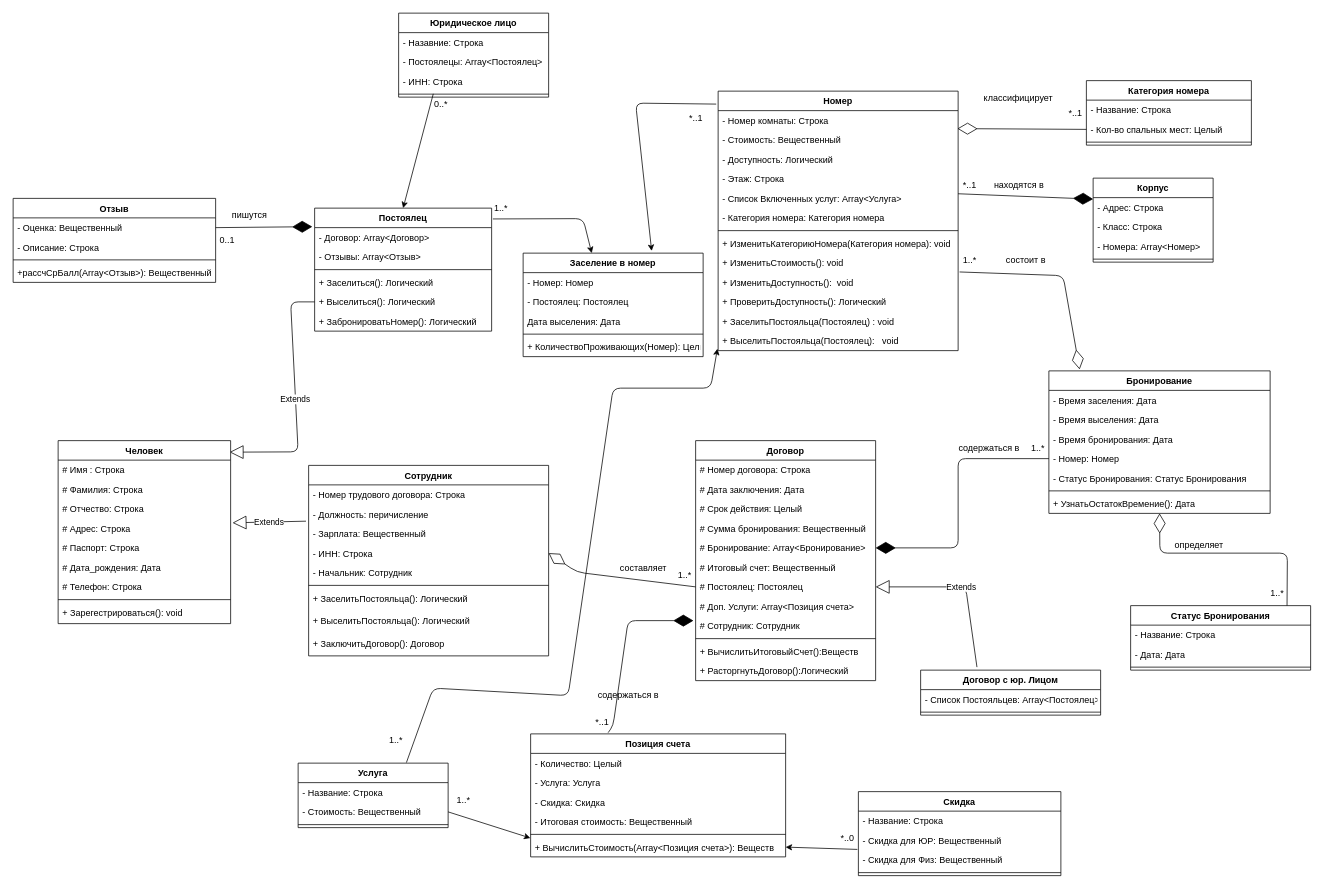
Suvorovm/DB--Labs keeps this draw.io diagram as IS_IS/lab2/Class diagram.drawio. Above is the earlier version. Source tidied: cells renumbered, new cells numbered last; positions are measured from the earlier drawing's top-left corner, leaving out a move shared by most shapes. Both pictures are drawn from the tidied source at 75%, with x=0, y=0 at pixel (13, 13).
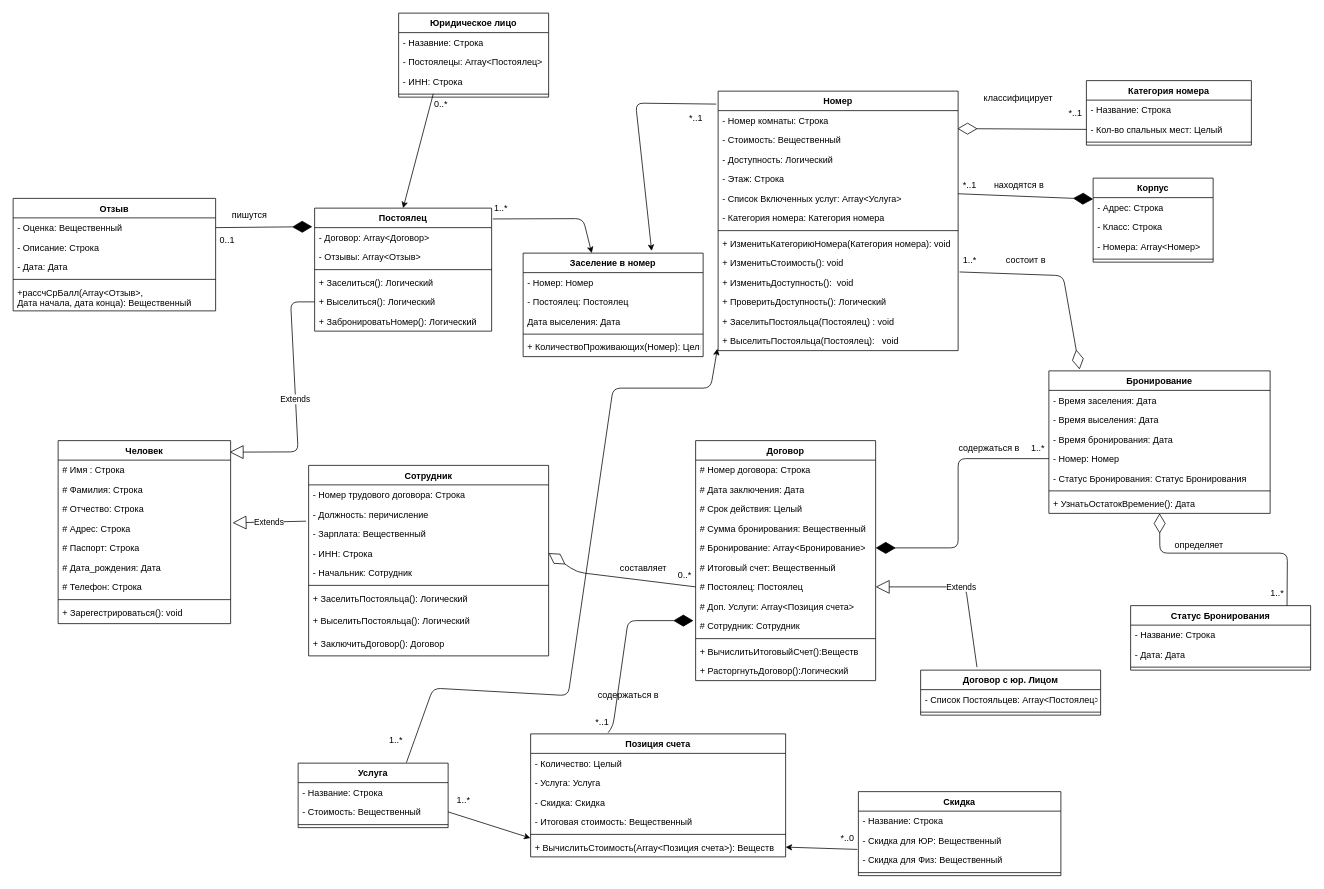
The same page after the edit.

The edit, as a diff of the source:
```diff
@@
     <mxCell id="39" value="Отзыв" style="swimlane;fontStyle=1;align=center;verticalAlign=top;horizontal=1;startSize=26;" parent="1" vertex="1">
-      <mxGeometry y="247" width="270" height="112" as="geometry" />
+      <mxGeometry y="247" width="270" height="150" as="geometry" />
     </mxCell>
@@
+    <mxCell id="151" value="- Дата: Дата" style="text;strokeColor=none;fillColor=none;align=left;verticalAlign=top;spacingLeft=4;spacingRight=4;overflow=hidden;" parent="39" vertex="1">
+      <mxGeometry y="78" width="270" height="26" as="geometry" />
+    </mxCell>
     <mxCell id="42" style="line;strokeWidth=1;fillColor=none;align=left;verticalAlign=middle;spacingTop=-1;spacingLeft=3;spacingRight=3;labelPosition=right;" parent="39" vertex="1">
-      <mxGeometry y="78" width="270" height="8" as="geometry" />
+      <mxGeometry y="104" width="270" height="8" as="geometry" />
     </mxCell>
-    <mxCell id="43" value="+рассчСрБалл(Array&lt;Отзыв&gt;): Вещественный" style="text;strokeColor=none;fillColor=none;align=left;verticalAlign=top;spacingLeft=4;spacingRight=4;overflow=hidden;" parent="39" vertex="1">
-      <mxGeometry y="86" width="270" height="26" as="geometry" />
+    <mxCell id="43" value="+рассчСрБалл(Array&lt;Отзыв&gt;,&#10;Дата начала, дата конца): Вещественный" style="text;strokeColor=none;fillColor=none;align=left;verticalAlign=top;spacingLeft=4;spacingRight=4;overflow=hidden;" parent="39" vertex="1">
+      <mxGeometry y="112" width="270" height="38" as="geometry" />
     </mxCell>
@@
-    <mxCell id="146" value="1..*" style="text;html=1;align=center;verticalAlign=middle;" parent="1" vertex="1">
+    <mxCell id="146" value="0..*" style="text;html=1;align=center;verticalAlign=middle;" parent="1" vertex="1">
       <mxGeometry x="880" y="740" width="30" height="20" as="geometry" />
     </mxCell>
```
